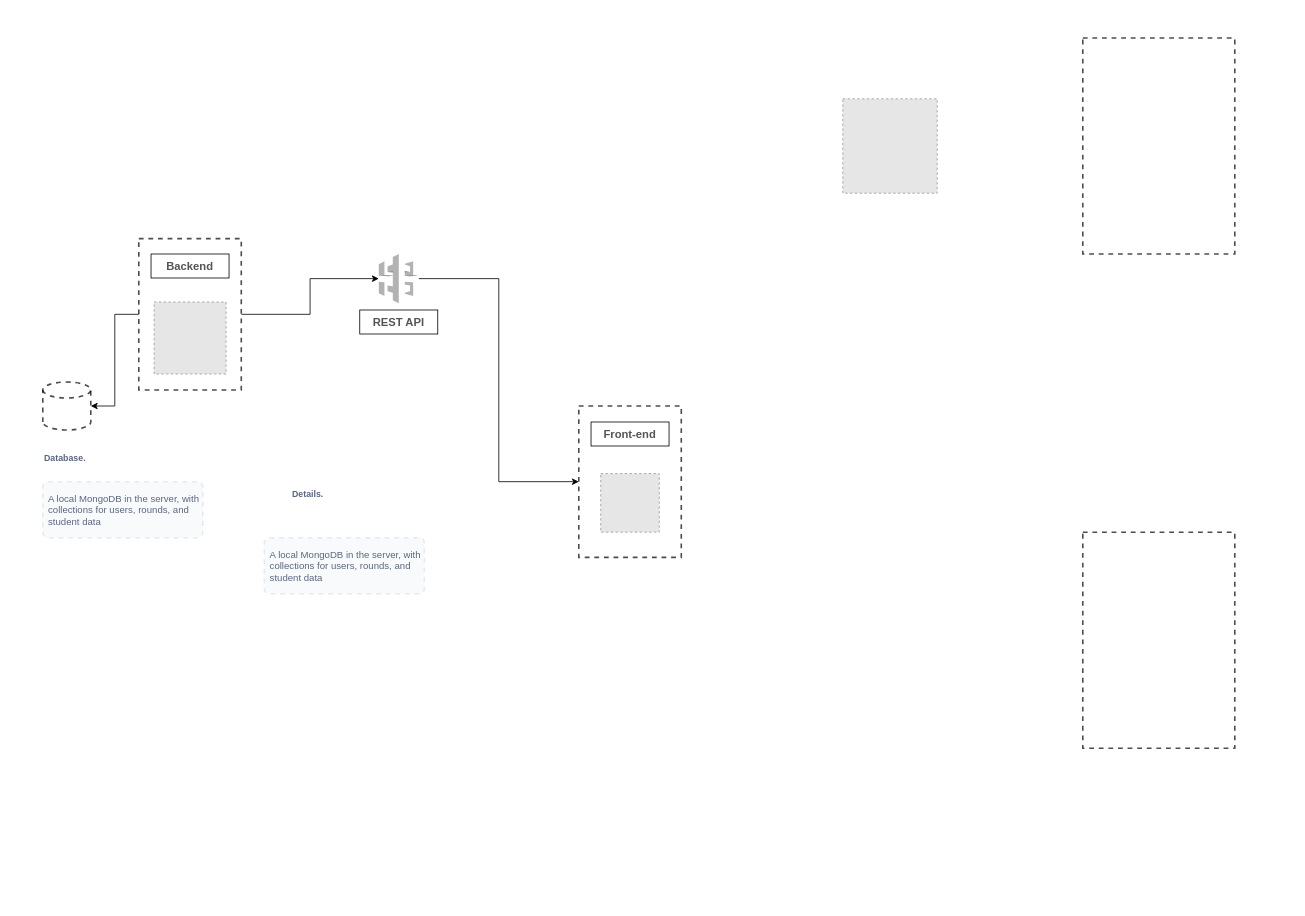
Earlier version of the draw.io diagram Untitled Diagram.drawio (lugnitdgp/audition-webapp). Source tidied: cells renumbered, new cells numbered last; positions are measured from the earlier drawing's top-left corner, leaving out a move shared by most shapes. Both pictures are drawn from the tidied source at 80%, with x=0, y=0 at pixel (42, 38). Pictures stored in the file or linked from it are replaced by grey dashed boxes.
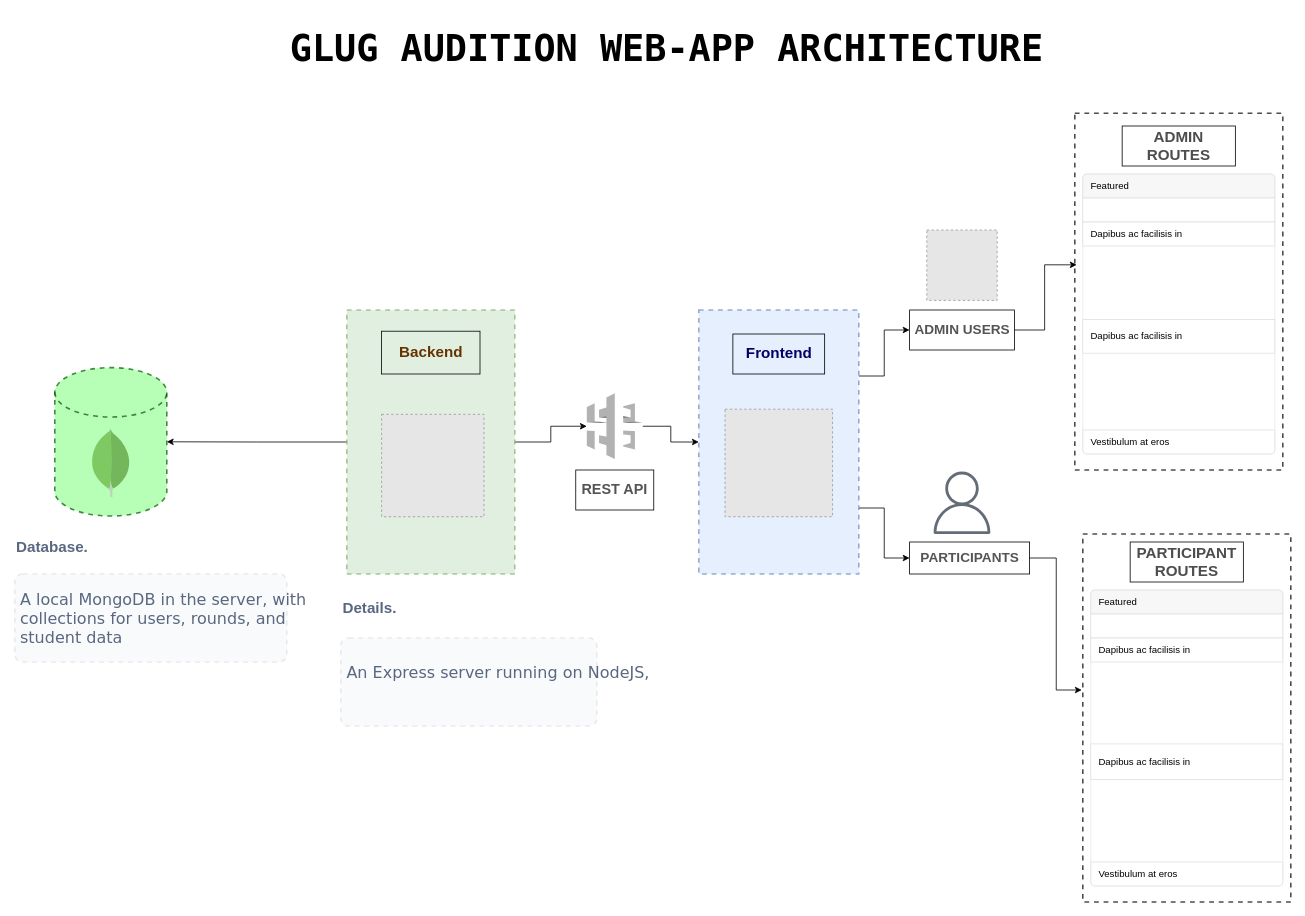
The same diagram, later.

Commit message:
[UPDATE] Added colouring and a few descriptions

Diff of the diagram source:
```diff
@@
-    <mxCell id="4" style="rounded=0;whiteSpace=wrap;html=1;strokeWidth=2;dashed=1;opacity=70;" parent="1" vertex="1">
-      <mxGeometry x="120" y="250.8" width="128.1" height="189.2" as="geometry" />
+    <mxCell id="4" style="rounded=0;whiteSpace=wrap;html=1;strokeWidth=2;dashed=1;opacity=70;fillColor=#d5e8d4;strokeColor=#82b366;" parent="1" vertex="1">
+      <mxGeometry x="380" y="340" width="210" height="330" as="geometry" />
     </mxCell>
-    <mxCell id="5" value="&lt;h3&gt;&lt;font color=&quot;#545454&quot;&gt;Backend&lt;/font&gt;&lt;/h3&gt;" style="text;html=1;align=center;verticalAlign=middle;whiteSpace=wrap;rounded=0;strokeColor=#000000;" parent="1" vertex="1">
-      <mxGeometry x="135.3" y="270" width="97.5" height="30" as="geometry" />
+    <mxCell id="5" value="&lt;h3&gt;&lt;font style=&quot;font-size: 19px&quot; color=&quot;#663300&quot;&gt;Backend&lt;/font&gt;&lt;/h3&gt;" style="text;html=1;align=center;verticalAlign=middle;whiteSpace=wrap;rounded=0;strokeColor=#000000;" parent="1" vertex="1">
+      <mxGeometry x="423.5" y="366.5" width="123" height="53.5" as="geometry" />
     </mxCell>
@@
     <mxCell id="7" style="outlineConnect=0;verticalLabelPosition=bottom;verticalAlign=top;align=center;html=1;shape=mxgraph.aws3.api_gateway;gradientColor=none;strokeColor=#000000;strokeWidth=2;opacity=70;fillColor=none;dashed=1;dashPattern=1 1;" parent="1" vertex="1">
-      <mxGeometry x="420" y="270" width="50" height="61.5" as="geometry" />
+      <mxGeometry x="680" y="444.2" width="70" height="82.2" as="geometry" />
     </mxCell>
-    <mxCell id="8" style="strokeWidth=2;html=1;shape=mxgraph.flowchart.database;whiteSpace=wrap;dashed=1;gradientColor=none;opacity=70;fillColor=#FFFFFF;" parent="1" vertex="1">
-      <mxGeometry y="430" width="60" height="60" as="geometry" />
+    <mxCell id="8" style="strokeWidth=2;html=1;shape=mxgraph.flowchart.database;whiteSpace=wrap;dashed=1;opacity=70;strokeColor=#005700;fontColor=#ffffff;fillColor=#99FF99;" parent="1" vertex="1">
+      <mxGeometry x="15" y="412" width="140" height="185.5" as="geometry" />
     </mxCell>
-    <mxCell id="9" value="Database." style="fillColor=none;strokeColor=none;html=1;fontSize=11;fontStyle=0;align=left;fontColor=#596780;fontStyle=1;fontSize=11;dashed=1;opacity=70;" parent="1" vertex="1">
-      <mxGeometry y="504.5" width="240" height="40" as="geometry" />
+    <mxCell id="9" value="&lt;font style=&quot;font-size: 19px&quot;&gt;Database.&lt;/font&gt;" style="fillColor=none;strokeColor=none;html=1;fontSize=11;fontStyle=0;align=left;fontColor=#596780;fontStyle=1;fontSize=11;dashed=1;opacity=70;" parent="1" vertex="1">
+      <mxGeometry x="-35" y="616.8" width="240" height="40" as="geometry" />
     </mxCell>
-    <mxCell id="10" value="A local MongoDB in the server, with&lt;br&gt;collections for users, rounds, and &lt;br&gt;student data" style="rounded=1;arcSize=9;fillColor=#F7F8F9;align=left;spacingLeft=5;strokeColor=#DEE1E6;html=1;strokeWidth=2;fontColor=#596780;fontSize=12;dashed=1;opacity=70;" parent="1" vertex="1">
-      <mxGeometry y="554.6" width="200" height="70" as="geometry" />
+    <mxCell id="10" value="&lt;font style=&quot;font-size: 20px&quot; face=&quot;Verdana&quot;&gt;A local MongoDB in the server, with&lt;br&gt;collections for users, rounds, and &lt;br&gt;student data&lt;/font&gt;" style="rounded=1;arcSize=9;fillColor=#F7F8F9;align=left;spacingLeft=5;strokeColor=#DEE1E6;html=1;strokeWidth=2;fontColor=#596780;fontSize=12;dashed=1;opacity=70;" parent="1" vertex="1">
+      <mxGeometry x="-35" y="670" width="340" height="110" as="geometry" />
     </mxCell>
-    <mxCell id="11" value="Details." style="fillColor=none;strokeColor=none;html=1;fontSize=11;fontStyle=0;align=left;fontColor=#596780;fontStyle=1;fontSize=11;dashed=1;opacity=70;" parent="1" vertex="1">
-      <mxGeometry x="310" y="554.6" width="193.8" height="30" as="geometry" />
+    <mxCell id="11" value="&lt;font style=&quot;font-size: 19px&quot;&gt;Details.&lt;/font&gt;" style="fillColor=none;strokeColor=none;html=1;fontSize=11;fontStyle=0;align=left;fontColor=#596780;fontStyle=1;fontSize=11;dashed=1;opacity=70;" parent="1" vertex="1">
+      <mxGeometry x="372.5" y="690" width="230" height="46.8" as="geometry" />
     </mxCell>
-    <mxCell id="12" value="A local MongoDB in the server, with&lt;br&gt;collections for users, rounds, and &lt;br&gt;student data" style="rounded=1;arcSize=9;fillColor=#F7F8F9;align=left;spacingLeft=5;strokeColor=#DEE1E6;html=1;strokeWidth=2;fontColor=#596780;fontSize=12;dashed=1;opacity=70;" parent="1" vertex="1">
-      <mxGeometry x="276.9" y="624.6" width="200" height="70" as="geometry" />
+    <mxCell id="12" value="&lt;font face=&quot;Verdana&quot;&gt;&lt;span style=&quot;font-size: 20px&quot;&gt;An Express server running on NodeJS,&lt;br&gt;&lt;br&gt;&lt;/span&gt;&lt;/font&gt;" style="rounded=1;arcSize=9;fillColor=#F7F8F9;align=left;spacingLeft=5;strokeColor=#DEE1E6;html=1;strokeWidth=2;fontColor=#596780;fontSize=12;dashed=1;opacity=70;" parent="1" vertex="1">
+      <mxGeometry x="372.5" y="750" width="320" height="110" as="geometry" />
     </mxCell>
-    <mxCell id="13" style="fillColor=#E6E6E6;strokeColor=#999999;dashed=1;html=1;verticalAlign=top;verticalLabelPosition=bottom;labelBackgroundColor=#ffffff;" parent="1" vertex="1">
-      <mxGeometry x="139.1" y="330" width="90" height="90" as="geometry" />
-    </mxCell>
-    <mxCell id="14" value="&lt;h3&gt;&lt;font color=&quot;#545454&quot;&gt;REST API&lt;/font&gt;&lt;/h3&gt;" style="text;html=1;align=center;verticalAlign=middle;whiteSpace=wrap;rounded=0;strokeColor=#000000;" parent="1" vertex="1">
-      <mxGeometry x="396.2" y="340" width="97.5" height="30" as="geometry" />
+    <mxCell id="14" value="&lt;h3&gt;&lt;font color=&quot;#545454&quot; style=&quot;font-size: 18px&quot;&gt;REST API&lt;/font&gt;&lt;/h3&gt;" style="text;html=1;align=center;verticalAlign=middle;whiteSpace=wrap;rounded=0;strokeColor=#000000;" parent="1" vertex="1">
+      <mxGeometry x="666.2" y="540" width="97.5" height="50" as="geometry" />
     </mxCell>
+    <mxCell id="21" style="edgeStyle=orthogonalEdgeStyle;rounded=0;jettySize=auto;html=1;entryX=0;entryY=0.5;entryDx=0;entryDy=0;strokeColor=#000000;exitX=1;exitY=0.25;exitDx=0;exitDy=0;" parent="1" edge="1" source="15" target="25">
+      <mxGeometry relative="1" as="geometry" />
+    </mxCell>
+    <mxCell id="22" style="edgeStyle=orthogonalEdgeStyle;rounded=0;jettySize=auto;html=1;exitX=1;exitY=0.75;exitDx=0;exitDy=0;entryX=0;entryY=0.5;entryDx=0;entryDy=0;strokeColor=#000000;" parent="1" edge="1" source="15" target="27">
+      <mxGeometry relative="1" as="geometry" />
+    </mxCell>
-    <mxCell id="15" style="rounded=0;whiteSpace=wrap;html=1;strokeWidth=2;dashed=1;opacity=70;gradientColor=#ffffff;" parent="1" vertex="1">
-      <mxGeometry x="670" y="460" width="128.1" height="189.2" as="geometry" />
+    <mxCell id="15" style="rounded=0;whiteSpace=wrap;html=1;strokeWidth=2;dashed=1;opacity=70;fillColor=#dae8fc;strokeColor=#6c8ebf;" parent="1" vertex="1">
+      <mxGeometry x="820" y="340" width="200" height="330" as="geometry" />
     </mxCell>
-    <mxCell id="16" value="&lt;h3&gt;&lt;font color=&quot;#545454&quot;&gt;Front-end&lt;/font&gt;&lt;/h3&gt;" style="text;html=1;align=center;verticalAlign=middle;whiteSpace=wrap;rounded=0;strokeColor=#000000;" parent="1" vertex="1">
-      <mxGeometry x="685.3" y="480" width="97.5" height="30" as="geometry" />
+    <mxCell id="16" value="&lt;h3&gt;&lt;font style=&quot;font-size: 19px&quot; color=&quot;#000066&quot;&gt;Frontend&lt;/font&gt;&lt;/h3&gt;" style="text;html=1;align=center;verticalAlign=middle;whiteSpace=wrap;rounded=0;strokeColor=#000000;" parent="1" vertex="1">
+      <mxGeometry x="862.6" y="370" width="114.7" height="50" as="geometry" />
     </mxCell>
     <mxCell id="17" style="fillColor=#E6E6E6;strokeColor=#999999;dashed=1;html=1;verticalAlign=top;verticalLabelPosition=bottom;labelBackgroundColor=#ffffff;" parent="1" vertex="1">
-      <mxGeometry x="697.4" y="544.5" width="73.2" height="73.2" as="geometry" />
+      <mxGeometry x="852.8" y="464" width="134.4" height="134.4" as="geometry" />
     </mxCell>
     <mxCell id="18" style="rounded=0;whiteSpace=wrap;html=1;strokeWidth=2;dashed=1;opacity=70;" parent="1" vertex="1">
-      <mxGeometry x="1300" width="190" height="270" as="geometry" />
+      <mxGeometry x="1290" y="94" width="260" height="446" as="geometry" />
     </mxCell>
     <mxCell id="19" style="rounded=0;whiteSpace=wrap;html=1;strokeWidth=2;dashed=1;opacity=70;" parent="1" vertex="1">
-      <mxGeometry x="1300" y="617.8" width="190" height="270" as="geometry" />
+      <mxGeometry x="1300" y="620" width="260" height="460" as="geometry" />
     </mxCell>
+    <mxCell id="23" style="edgeStyle=orthogonalEdgeStyle;rounded=0;jettySize=auto;html=1;entryX=0.009;entryY=0.425;entryDx=0;entryDy=0;entryPerimeter=0;strokeColor=#000000;exitX=1;exitY=0.5;exitDx=0;exitDy=0;" parent="1" edge="1" source="25" target="18">
+      <mxGeometry relative="1" as="geometry" />
+    </mxCell>
     <mxCell id="20" style="fillColor=#E6E6E6;strokeColor=#999999;dashed=1;html=1;verticalAlign=top;verticalLabelPosition=bottom;labelBackgroundColor=#ffffff;" parent="1" vertex="1">
-      <mxGeometry x="1000" y="76" width="118" height="118" as="geometry" />
+      <mxGeometry x="1105" y="240" width="88" height="88" as="geometry" />
     </mxCell>
+    <mxCell id="24" style="dashed=0;html=1;align=center;labelPosition=center;verticalLabelPosition=bottom;verticalAlign=top;shape=mxgraph.weblogos.mongodb;dashPattern=1 1;strokeColor=#000000;strokeWidth=2;opacity=70;fillColor=none;" parent="1" vertex="1">
+      <mxGeometry x="60" y="488.1" width="50" height="86.2" as="geometry" />
+    </mxCell>
+    <mxCell id="25" value="&lt;h3&gt;&lt;font color=&quot;#545454&quot; style=&quot;font-size: 17px&quot;&gt;ADMIN USERS&lt;/font&gt;&lt;/h3&gt;" style="text;html=1;align=center;verticalAlign=middle;whiteSpace=wrap;rounded=0;strokeColor=#000000;" parent="1" vertex="1">
+      <mxGeometry x="1083.5" y="340" width="131" height="50" as="geometry" />
+    </mxCell>
+    <mxCell id="26" style="edgeStyle=orthogonalEdgeStyle;rounded=0;jettySize=auto;html=1;exitX=1;exitY=0.5;exitDx=0;exitDy=0;entryX=-0.005;entryY=0.424;entryDx=0;entryDy=0;entryPerimeter=0;strokeColor=#000000;" parent="1" edge="1" source="27" target="19">
+      <mxGeometry relative="1" as="geometry" />
+    </mxCell>
+    <mxCell id="27" value="&lt;h3&gt;&lt;font color=&quot;#545454&quot; style=&quot;font-size: 17px&quot;&gt;PARTICIPANTS&lt;/font&gt;&lt;/h3&gt;" style="text;html=1;align=center;verticalAlign=middle;whiteSpace=wrap;rounded=0;strokeColor=#000000;" parent="1" vertex="1">
+      <mxGeometry x="1083.5" y="630" width="150" height="40" as="geometry" />
+    </mxCell>
+    <mxCell id="28" style="fontColor=#232F3E;gradientColor=none;fillColor=#232F3E;strokeColor=none;dashed=0;verticalLabelPosition=bottom;verticalAlign=top;align=center;html=1;fontSize=12;fontStyle=0;shape=mxgraph.aws4.user;opacity=70;" parent="1" vertex="1">
+      <mxGeometry x="1110" y="542" width="78" height="78" as="geometry" />
+    </mxCell>
+    <mxCell id="29" value="&lt;h1&gt;&lt;font style=&quot;font-size: 46px&quot; face=&quot;Lucida Console&quot;&gt;GLUG AUDITION WEB-APP ARCHITECTURE&lt;/font&gt;&lt;/h1&gt;" style="text;html=1;strokeColor=none;fillColor=none;spacing=5;spacingTop=-20;whiteSpace=wrap;overflow=hidden;rounded=0;opacity=70;align=center;" parent="1" vertex="1">
+      <mxGeometry x="180" y="-20" width="1200" height="120" as="geometry" />
+    </mxCell>
+    <mxCell id="30" value="&lt;h3&gt;&lt;span style=&quot;font-size: 19px&quot;&gt;&lt;font color=&quot;#4d4d4d&quot;&gt;ADMIN ROUTES&lt;/font&gt;&lt;/span&gt;&lt;/h3&gt;" style="text;html=1;align=center;verticalAlign=middle;whiteSpace=wrap;rounded=0;strokeColor=#000000;" parent="1" vertex="1">
+      <mxGeometry x="1349.2" y="110" width="141.5" height="50" as="geometry" />
+    </mxCell>
+    <mxCell id="31" value="&lt;h3&gt;&lt;font color=&quot;#4d4d4d&quot;&gt;&lt;span style=&quot;font-size: 19px&quot;&gt;PARTICIPANT&lt;br&gt;ROUTES&lt;/span&gt;&lt;/font&gt;&lt;/h3&gt;" style="text;html=1;align=center;verticalAlign=middle;whiteSpace=wrap;rounded=0;strokeColor=#000000;" parent="1" vertex="1">
+      <mxGeometry x="1359.2" y="630" width="141.5" height="50" as="geometry" />
+    </mxCell>
+    <mxCell id="32" style="fillColor=#E6E6E6;strokeColor=#999999;dashed=1;html=1;verticalAlign=top;verticalLabelPosition=bottom;labelBackgroundColor=#ffffff;" parent="1" vertex="1">
+      <mxGeometry x="423.5" y="470.4" width="128" height="128" as="geometry" />
+    </mxCell>
+    <mxCell id="33" style="html=1;shadow=0;dashed=0;shape=mxgraph.bootstrap.rrect;rSize=5;strokeColor=#DFDFDF;html=1;whiteSpace=wrap;fillColor=#FFFFFF;fontColor=#000000;opacity=70;" parent="1" vertex="1">
+      <mxGeometry x="1300" y="170" width="240" height="350" as="geometry" />
+    </mxCell>
+    <mxCell id="34" value="Featured" style="html=1;shadow=0;dashed=0;shape=mxgraph.bootstrap.topButton;strokeColor=inherit;fillColor=#F7F7F7;rSize=5;perimeter=none;whiteSpace=wrap;align=left;spacing=10;" parent="33" vertex="1">
+      <mxGeometry width="240" height="30" relative="1" as="geometry" />
+    </mxCell>
+    <mxCell id="35" style="strokeColor=inherit;fillColor=inherit;gradientColor=inherit;fontColor=inherit;html=1;shadow=0;dashed=0;perimeter=none;whiteSpace=wrap;align=left;spacing=10;" parent="33" vertex="1">
+      <mxGeometry width="240" height="30" relative="1" as="geometry">
+        <mxPoint y="30" as="offset" />
+      </mxGeometry>
+    </mxCell>
+    <mxCell id="36" value="Dapibus ac facilisis in" style="strokeColor=inherit;fillColor=inherit;gradientColor=inherit;fontColor=inherit;html=1;shadow=0;dashed=0;perimeter=none;whiteSpace=wrap;align=left;spacing=10;" parent="33" vertex="1">
+      <mxGeometry width="240" height="30" relative="1" as="geometry">
+        <mxPoint y="60" as="offset" />
+      </mxGeometry>
+    </mxCell>
+    <mxCell id="37" value="Vestibulum at eros" style="strokeColor=inherit;fillColor=inherit;gradientColor=inherit;fontColor=inherit;html=1;shadow=0;dashed=0;shape=mxgraph.bootstrap.bottomButton;rSize=5;perimeter=none;whiteSpace=wrap;align=left;spacing=10;" parent="33" vertex="1">
+      <mxGeometry y="1" width="240" height="30" relative="1" as="geometry">
+        <mxPoint y="-30" as="offset" />
+      </mxGeometry>
+    </mxCell>
+    <mxCell id="38" value="Dapibus ac facilisis in" style="strokeColor=inherit;fillColor=inherit;gradientColor=inherit;fontColor=inherit;html=1;shadow=0;dashed=0;perimeter=none;whiteSpace=wrap;align=left;spacing=10;" parent="33" vertex="1">
+      <mxGeometry y="182" width="240" height="42" as="geometry" />
+    </mxCell>
+    <mxCell id="39" style="html=1;shadow=0;dashed=0;shape=mxgraph.bootstrap.rrect;rSize=5;strokeColor=#DFDFDF;html=1;whiteSpace=wrap;fillColor=#FFFFFF;fontColor=#000000;opacity=70;" parent="1" vertex="1">
+      <mxGeometry x="1310" y="690" width="240" height="370" as="geometry" />
+    </mxCell>
+    <mxCell id="40" value="Featured" style="html=1;shadow=0;dashed=0;shape=mxgraph.bootstrap.topButton;strokeColor=inherit;fillColor=#F7F7F7;rSize=5;perimeter=none;whiteSpace=wrap;align=left;spacing=10;" parent="39" vertex="1">
+      <mxGeometry width="240" height="30" relative="1" as="geometry" />
+    </mxCell>
+    <mxCell id="41" style="strokeColor=inherit;fillColor=inherit;gradientColor=inherit;fontColor=inherit;html=1;shadow=0;dashed=0;perimeter=none;whiteSpace=wrap;align=left;spacing=10;" parent="39" vertex="1">
+      <mxGeometry width="240" height="30" relative="1" as="geometry">
+        <mxPoint y="30" as="offset" />
+      </mxGeometry>
+    </mxCell>
+    <mxCell id="42" value="Dapibus ac facilisis in" style="strokeColor=inherit;fillColor=inherit;gradientColor=inherit;fontColor=inherit;html=1;shadow=0;dashed=0;perimeter=none;whiteSpace=wrap;align=left;spacing=10;" parent="39" vertex="1">
+      <mxGeometry width="240" height="30" relative="1" as="geometry">
+        <mxPoint y="60" as="offset" />
+      </mxGeometry>
+    </mxCell>
+    <mxCell id="43" value="Vestibulum at eros" style="strokeColor=inherit;fillColor=inherit;gradientColor=inherit;fontColor=inherit;html=1;shadow=0;dashed=0;shape=mxgraph.bootstrap.bottomButton;rSize=5;perimeter=none;whiteSpace=wrap;align=left;spacing=10;" parent="39" vertex="1">
+      <mxGeometry y="1" width="240" height="30" relative="1" as="geometry">
+        <mxPoint y="-30" as="offset" />
+      </mxGeometry>
+    </mxCell>
+    <mxCell id="44" value="Dapibus ac facilisis in" style="strokeColor=inherit;fillColor=inherit;gradientColor=inherit;fontColor=inherit;html=1;shadow=0;dashed=0;perimeter=none;whiteSpace=wrap;align=left;spacing=10;" parent="39" vertex="1">
+      <mxGeometry y="192.4" width="240" height="44.4" as="geometry" />
+    </mxCell>
```
